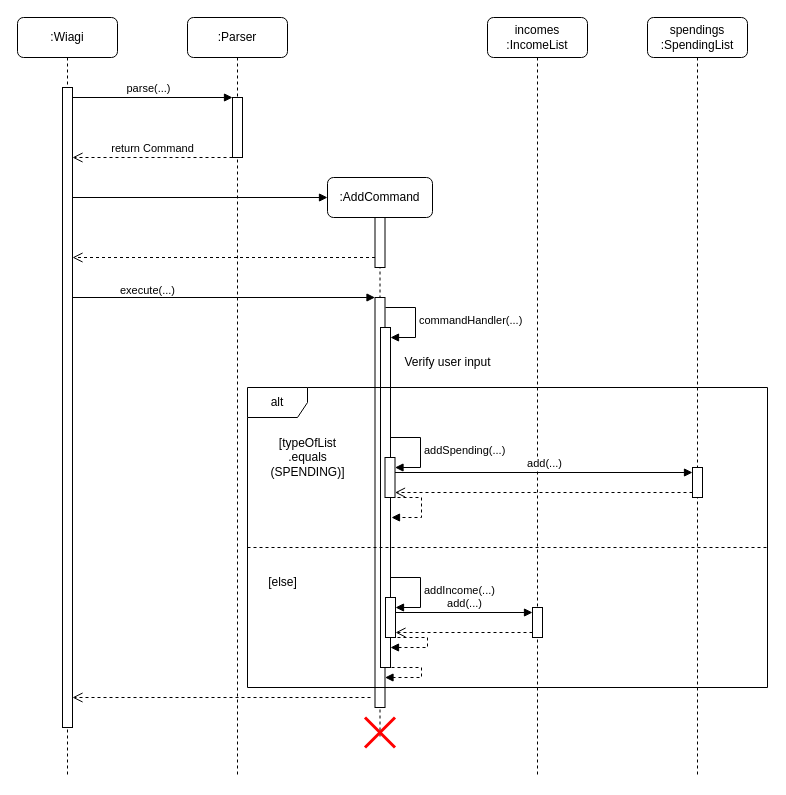
Above: docs/Diagrams/addCommand.drawio in wongwh2002/CS2113TeamProject (draw.io), before the change. Source tidied: cells renumbered, new cells numbered last; positions are measured from the earlier drawing's top-left corner, leaving out a move shared by most shapes. Both pictures are drawn from the tidied source at 100%, with x=0, y=0 at pixel (17, 17).
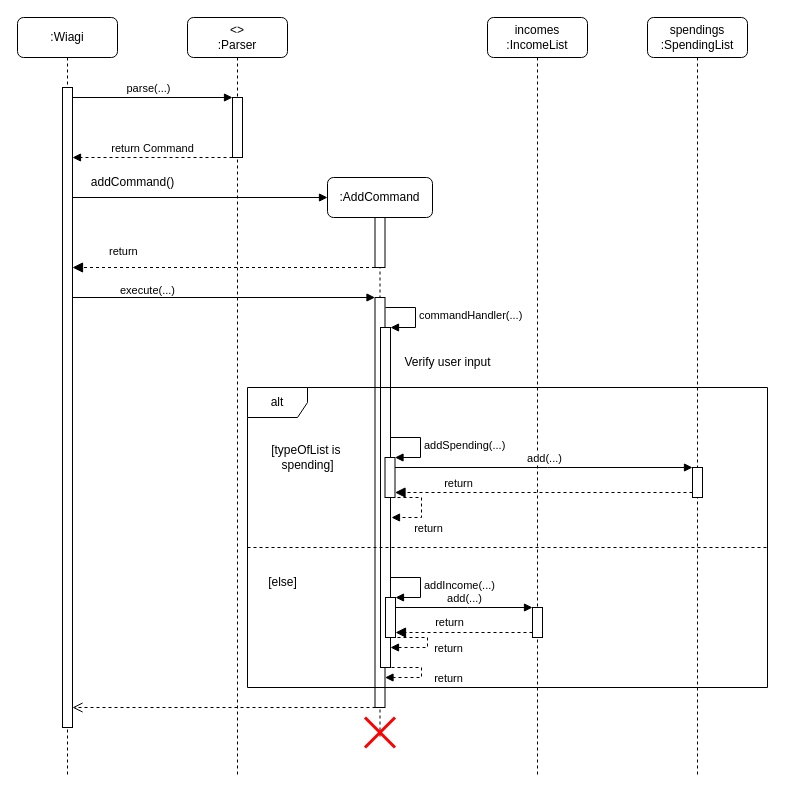
The same page after the edit.

Commit message:
Update addCommand.drawio based on comments

Unchanged cells that the change refers to:
```xml
<mxCell id="3" style="html=1;points=[];perimeter=orthogonalPerimeter;outlineConnect=0;targetShapes=umlLifeline;portConstraint=eastwest;newEdgeStyle={&quot;edgeStyle&quot;:&quot;elbowEdgeStyle&quot;,&quot;elbow&quot;:&quot;vertical&quot;,&quot;curved&quot;:0,&quot;rounded&quot;:0};" parent="2" vertex="1">
  <mxGeometry x="45" y="70" width="10" height="640" as="geometry" />
</mxCell>
<mxCell id="4" value=":AddCommand" style="shape=umlLifeline;rounded=1;whiteSpace=wrap;html=1;outlineConnect=0;portConstraint=eastwest;newEdgeStyle={&quot;curved&quot;:0,&quot;rounded&quot;:0};targetShapes=umlLifeline;participant=label;points=[[0,0,0,0,5],[0,1,0,0,-5],[1,0,0,0,5],[1,1,0,0,-5]];perimeter=rectanglePerimeter;" parent="1" vertex="1">
  <mxGeometry x="310" y="160" width="105" height="560" as="geometry" />
</mxCell>
<mxCell id="5" style="html=1;points=[];perimeter=orthogonalPerimeter;outlineConnect=0;targetShapes=umlLifeline;portConstraint=eastwest;newEdgeStyle={&quot;edgeStyle&quot;:&quot;elbowEdgeStyle&quot;,&quot;elbow&quot;:&quot;vertical&quot;,&quot;curved&quot;:0,&quot;rounded&quot;:0};" parent="4" vertex="1">
  <mxGeometry x="47.5" y="40" width="10" height="50" as="geometry" />
</mxCell>
<mxCell id="7" style="html=1;points=[[0,0,0,0,5],[0,1,0,0,-5],[1,0,0,0,5],[1,1,0,0,-5]];perimeter=orthogonalPerimeter;outlineConnect=0;targetShapes=umlLifeline;portConstraint=eastwest;newEdgeStyle={&quot;curved&quot;:0,&quot;rounded&quot;:0};" parent="4" vertex="1">
  <mxGeometry x="53" y="150" width="10" height="340" as="geometry" />
</mxCell>
<mxCell id="9" style="html=1;points=[[0,0,0,0,5],[0,1,0,0,-5],[1,0,0,0,5],[1,1,0,0,-5]];perimeter=orthogonalPerimeter;outlineConnect=0;targetShapes=umlLifeline;portConstraint=eastwest;newEdgeStyle={&quot;curved&quot;:0,&quot;rounded&quot;:0};" parent="4" vertex="1">
  <mxGeometry x="57.5" y="280" width="10" height="40" as="geometry" />
</mxCell>
<mxCell id="14" style="html=1;points=[];perimeter=orthogonalPerimeter;outlineConnect=0;targetShapes=umlLifeline;portConstraint=eastwest;newEdgeStyle={&quot;edgeStyle&quot;:&quot;elbowEdgeStyle&quot;,&quot;elbow&quot;:&quot;vertical&quot;,&quot;curved&quot;:0,&quot;rounded&quot;:0};" parent="13" vertex="1">
  <mxGeometry x="45" y="80" width="10" height="60" as="geometry" />
</mxCell>
<mxCell id="23" style="html=1;points=[[0,0,0,0,5],[0,1,0,0,-5],[1,0,0,0,5],[1,1,0,0,-5]];perimeter=orthogonalPerimeter;outlineConnect=0;targetShapes=umlLifeline;portConstraint=eastwest;newEdgeStyle={&quot;curved&quot;:0,&quot;rounded&quot;:0};" parent="22" vertex="1">
  <mxGeometry x="45" y="590" width="10" height="30" as="geometry" />
</mxCell>
<mxCell id="25" style="html=1;points=[[0,0,0,0,5],[0,1,0,0,-5],[1,0,0,0,5],[1,1,0,0,-5]];perimeter=orthogonalPerimeter;outlineConnect=0;targetShapes=umlLifeline;portConstraint=eastwest;newEdgeStyle={&quot;curved&quot;:0,&quot;rounded&quot;:0};" parent="24" vertex="1">
  <mxGeometry x="45" y="450" width="10" height="30" as="geometry" />
</mxCell>
<mxCell id="28" style="html=1;points=[[0,0,0,0,5],[0,1,0,0,-5],[1,0,0,0,5],[1,1,0,0,-5]];perimeter=orthogonalPerimeter;outlineConnect=0;targetShapes=umlLifeline;portConstraint=eastwest;newEdgeStyle={&quot;curved&quot;:0,&quot;rounded&quot;:0};" parent="1" vertex="1">
  <mxGeometry x="368" y="580" width="10" height="40" as="geometry" />
</mxCell>
<mxCell id="38" style="html=1;align=left;spacingLeft=2;endArrow=block;rounded=0;edgeStyle=orthogonalEdgeStyle;curved=0;rounded=0;dashed=1;" parent="1" edge="1">
  <mxGeometry relative="1" as="geometry">
    <mxPoint x="374" y="480" as="sourcePoint" />
    <mxPoint x="374" y="500" as="targetPoint" />
    <Array as="points">
      <mxPoint x="404" y="480" />
      <mxPoint x="404" y="500" />
    </Array>
  </mxGeometry>
</mxCell>
```

Diff of the diagram source:
```diff
@@
     <mxCell id="8" value="commandHandler(...)" style="html=1;align=left;spacingLeft=2;endArrow=block;rounded=0;edgeStyle=orthogonalEdgeStyle;curved=0;rounded=0;" parent="4" edge="1" target="7">
       <mxGeometry relative="1" as="geometry">
         <mxPoint x="58" y="130" as="sourcePoint" />
         <Array as="points">
-          <mxPoint x="88" y="160" />
+          <mxPoint x="88" y="130" />
+          <mxPoint x="88" y="150" />
         </Array>
       </mxGeometry>
     </mxCell>
@@
-    <mxCell id="12" value="return Command" style="html=1;verticalAlign=bottom;endArrow=open;dashed=1;endSize=8;edgeStyle=elbowEdgeStyle;elbow=vertical;curved=0;rounded=0;" parent="1" edge="1" source="14" target="3">
+    <mxCell id="12" value="return Command" style="html=1;verticalAlign=bottom;endArrow=block;dashed=1;edgeStyle=elbowEdgeStyle;elbow=vertical;curved=0;rounded=0;endFill=1;" parent="1" edge="1" source="14">
       <mxGeometry relative="1" as="geometry">
+        <mxPoint x="55" y="140" as="targetPoint" />
         <Array as="points">
           <mxPoint x="155" y="140" />
         </Array>
       </mxGeometry>
     </mxCell>
-    <mxCell id="13" value=":Parser" style="shape=umlLifeline;rounded=1;perimeter=lifelinePerimeter;whiteSpace=wrap;html=1;newEdgeStyle={&quot;edgeStyle&quot;:&quot;elbowEdgeStyle&quot;,&quot;elbow&quot;:&quot;vertical&quot;,&quot;curved&quot;:0,&quot;rounded&quot;:0};" parent="1" vertex="1">
+    <mxCell id="13" value="&amp;lt;&amp;gt;&lt;br&gt;:Parser" style="shape=umlLifeline;rounded=1;perimeter=lifelinePerimeter;whiteSpace=wrap;html=1;newEdgeStyle={&quot;edgeStyle&quot;:&quot;elbowEdgeStyle&quot;,&quot;elbow&quot;:&quot;vertical&quot;,&quot;curved&quot;:0,&quot;rounded&quot;:0};" parent="1" vertex="1">
       <mxGeometry x="170" width="100" height="760" as="geometry" />
     </mxCell>
@@
-    <mxCell id="15" style="html=1;verticalAlign=bottom;endArrow=block;edgeStyle=elbowEdgeStyle;elbow=vertical;curved=0;rounded=0;" parent="1" edge="1" target="4">
+    <mxCell id="15" style="html=1;verticalAlign=bottom;endArrow=block;edgeStyle=elbowEdgeStyle;elbow=vertical;curved=0;rounded=0;" parent="1" edge="1" source="43" target="4">
       <mxGeometry x="0.35" relative="1" as="geometry">
-        <mxPoint x="155" y="180" as="sourcePoint" />
         <Array as="points">
           <mxPoint x="55" y="180" />
         </Array>
       </mxGeometry>
     </mxCell>
-    <mxCell id="16" style="html=1;verticalAlign=bottom;endArrow=open;dashed=1;endSize=8;edgeStyle=elbowEdgeStyle;elbow=vertical;curved=0;rounded=0;" parent="1" edge="1" source="5" target="3">
+    <mxCell id="16" style="html=1;verticalAlign=bottom;endArrow=block;dashed=1;endSize=8;edgeStyle=elbowEdgeStyle;elbow=vertical;curved=0;rounded=0;endFill=1;" parent="1" edge="1" source="5" target="3">
       <mxGeometry relative="1" as="geometry">
         <Array as="points">
-          <mxPoint x="160" y="240" />
+          <mxPoint x="160" y="250" />
         </Array>
       </mxGeometry>
     </mxCell>
@@
-    <mxCell id="26" value="[typeOfList&lt;div&gt;.equals&lt;/div&gt;&lt;div&gt;&lt;span style=&quot;background-color: initial;&quot;&gt;(SPENDING)]&lt;/span&gt;&lt;/div&gt;" style="text;html=1;align=center;verticalAlign=middle;strokeColor=none;fillColor=default;shadow=0;" parent="1" vertex="1">
-      <mxGeometry x="240" y="410" width="100" height="60" as="geometry" />
+    <mxCell id="26" value="[typeOfList is&amp;nbsp;&lt;div&gt;spending&lt;span style=&quot;background-color: initial;&quot;&gt;]&lt;/span&gt;&lt;/div&gt;" style="text;html=1;align=center;verticalAlign=middle;strokeColor=none;fillColor=default;shadow=0;" parent="1" vertex="1">
+      <mxGeometry x="240" y="420" width="100" height="40" as="geometry" />
     </mxCell>
     <mxCell id="27" value="addSpending(...)" style="html=1;align=left;spacingLeft=2;endArrow=block;rounded=0;edgeStyle=orthogonalEdgeStyle;curved=0;rounded=0;" parent="1" edge="1" target="9">
       <mxGeometry relative="1" as="geometry">
         <mxPoint x="373" y="420" as="sourcePoint" />
         <Array as="points">
-          <mxPoint x="403" y="450" />
+          <mxPoint x="403" y="420" />
+          <mxPoint x="403" y="440" />
         </Array>
       </mxGeometry>
     </mxCell>
@@
     <mxCell id="29" value="addIncome(...)" style="html=1;align=left;spacingLeft=2;endArrow=block;rounded=0;edgeStyle=orthogonalEdgeStyle;curved=0;rounded=0;" parent="1" edge="1" target="28">
       <mxGeometry x="0.01" relative="1" as="geometry">
         <mxPoint x="373" y="560" as="sourcePoint" />
         <Array as="points">
-          <mxPoint x="403" y="590" />
+          <mxPoint x="403" y="560" />
+          <mxPoint x="403" y="580" />
         </Array>
       </mxGeometry>
     </mxCell>
-    <mxCell id="30" style="html=1;verticalAlign=bottom;endArrow=open;dashed=1;endSize=8;curved=0;rounded=0;exitX=0;exitY=1;exitDx=0;exitDy=-5;entryX=1;entryY=1;entryDx=0;entryDy=-5;entryPerimeter=0;" parent="1" edge="1" source="25" target="9">
+    <mxCell id="30" style="html=1;verticalAlign=bottom;endArrow=block;dashed=1;endSize=8;curved=0;rounded=0;exitX=0;exitY=1;exitDx=0;exitDy=-5;entryX=1;entryY=1;entryDx=0;entryDy=-5;entryPerimeter=0;endFill=1;" parent="1" edge="1" source="25" target="9">
       <mxGeometry relative="1" as="geometry" />
     </mxCell>
+    <mxCell id="39" value="return" style="edgeLabel;html=1;align=center;verticalAlign=middle;" parent="30" vertex="1">
+      <mxGeometry x="0.5" relative="1" as="geometry">
+        <mxPoint x="-12" y="-10" as="offset" />
+      </mxGeometry>
+    </mxCell>
-    <mxCell id="31" value="add(...)" style="html=1;verticalAlign=bottom;endArrow=block;curved=0;rounded=0;entryX=0;entryY=0;entryDx=0;entryDy=5;" parent="1" edge="1" source="9" target="25">
-      <mxGeometry relative="1" as="geometry" />
+    <mxCell id="31" value="add(...)" style="html=1;verticalAlign=bottom;endArrow=block;curved=0;rounded=0;" parent="1" edge="1" source="9" target="25">
+      <mxGeometry relative="1" as="geometry">
+        <Array as="points">
+          <mxPoint x="530" y="450" />
+        </Array>
+      </mxGeometry>
     </mxCell>
-    <mxCell id="32" value="add(...)" style="html=1;verticalAlign=bottom;endArrow=block;curved=0;rounded=0;entryX=0;entryY=0;entryDx=0;entryDy=5;" parent="1" edge="1" source="28" target="23">
-      <mxGeometry relative="1" as="geometry" />
+    <mxCell id="32" value="add(...)" style="html=1;verticalAlign=bottom;endArrow=block;curved=0;rounded=0;" parent="1" edge="1" source="28" target="23">
+      <mxGeometry relative="1" as="geometry">
+        <Array as="points">
+          <mxPoint x="450" y="590" />
+        </Array>
+      </mxGeometry>
     </mxCell>
-    <mxCell id="33" style="html=1;verticalAlign=bottom;endArrow=open;dashed=1;endSize=8;curved=0;rounded=0;exitX=0;exitY=1;exitDx=0;exitDy=-5;entryX=1;entryY=1;entryDx=0;entryDy=-5;entryPerimeter=0;" parent="1" edge="1" source="23" target="28">
+    <mxCell id="33" style="html=1;verticalAlign=bottom;endArrow=block;dashed=1;endSize=8;curved=0;rounded=0;exitX=0;exitY=1;exitDx=0;exitDy=-5;entryX=1;entryY=1;entryDx=0;entryDy=-5;entryPerimeter=0;endFill=1;" parent="1" edge="1" source="23" target="28">
       <mxGeometry relative="1" as="geometry" />
     </mxCell>
@@
     <mxCell id="35" style="html=1;verticalAlign=bottom;endArrow=open;dashed=1;endSize=8;edgeStyle=elbowEdgeStyle;elbow=vertical;curved=0;rounded=0;" parent="1" edge="1" target="3">
       <mxGeometry relative="1" as="geometry">
-        <mxPoint x="353" y="680" as="sourcePoint" />
+        <mxPoint x="358" y="690" as="sourcePoint" />
         <Array as="points">
-          <mxPoint x="155" y="680" />
+          <mxPoint x="160" y="690" />
         </Array>
       </mxGeometry>
     </mxCell>
@@
+    <mxCell id="40" value="return" style="edgeLabel;html=1;align=center;verticalAlign=middle;" parent="38" vertex="1">
+      <mxGeometry x="-0.03" y="1" relative="1" as="geometry">
+        <mxPoint x="5" y="21" as="offset" />
+      </mxGeometry>
+    </mxCell>
+    <mxCell id="41" value="&lt;span style=&quot;color: rgb(0, 0, 0); font-family: Helvetica; font-size: 11px; font-style: normal; font-variant-ligatures: normal; font-variant-caps: normal; font-weight: 400; letter-spacing: normal; orphans: 2; text-align: center; text-indent: 0px; text-transform: none; widows: 2; word-spacing: 0px; -webkit-text-stroke-width: 0px; white-space: nowrap; background-color: rgb(255, 255, 255); text-decoration-thickness: initial; text-decoration-style: initial; text-decoration-color: initial; display: inline !important; float: none;&quot;&gt;return&lt;/span&gt;" style="text;whiteSpace=wrap;html=1;" parent="1" vertex="1">
+      <mxGeometry x="90" y="220" width="60" height="40" as="geometry" />
+    </mxCell>
+    <mxCell id="42" style="html=1;verticalAlign=bottom;endArrow=block;edgeStyle=elbowEdgeStyle;elbow=vertical;curved=0;rounded=0;" parent="1" edge="1" target="43">
+      <mxGeometry x="0.35" relative="1" as="geometry">
+        <mxPoint x="155" y="180" as="sourcePoint" />
+      </mxGeometry>
+    </mxCell>
+    <mxCell id="43" value="addCommand()" style="text;html=1;align=center;verticalAlign=middle;points=[];strokeColor=none;fillColor=none;" parent="1" vertex="1">
+      <mxGeometry x="60" y="150" width="110" height="30" as="geometry" />
+    </mxCell>
+    <mxCell id="44" value="return" style="edgeLabel;html=1;align=center;verticalAlign=middle;" parent="1" vertex="1">
+      <mxGeometry x="430" y="630" as="geometry" />
+    </mxCell>
+    <mxCell id="45" value="return" style="edgeLabel;html=1;align=center;verticalAlign=middle;" parent="1" vertex="1">
+      <mxGeometry x="430" y="600" as="geometry">
+        <mxPoint x="1" y="4" as="offset" />
+      </mxGeometry>
+    </mxCell>
+    <mxCell id="46" value="return" style="edgeLabel;html=1;align=center;verticalAlign=middle;" parent="1" vertex="1">
+      <mxGeometry x="430" y="660" as="geometry" />
+    </mxCell>
```
